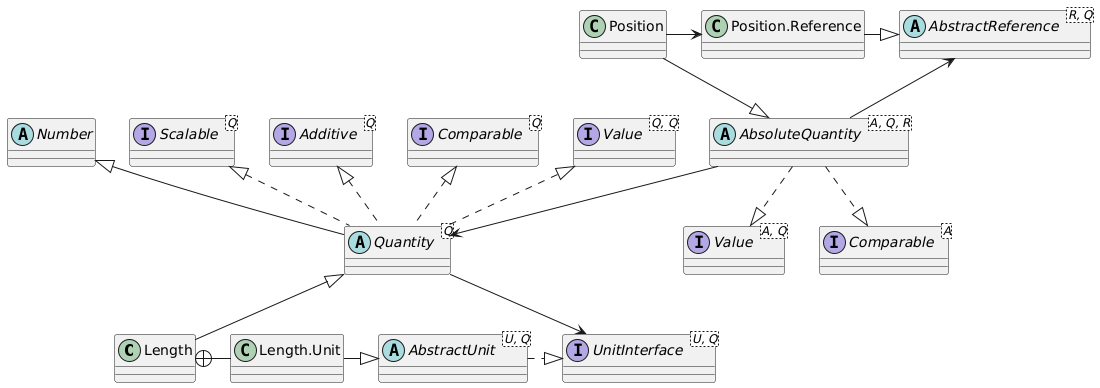
Above: docs/images/absolute-quantity.png in averbraeck/djunits (PlantUML), before the change.
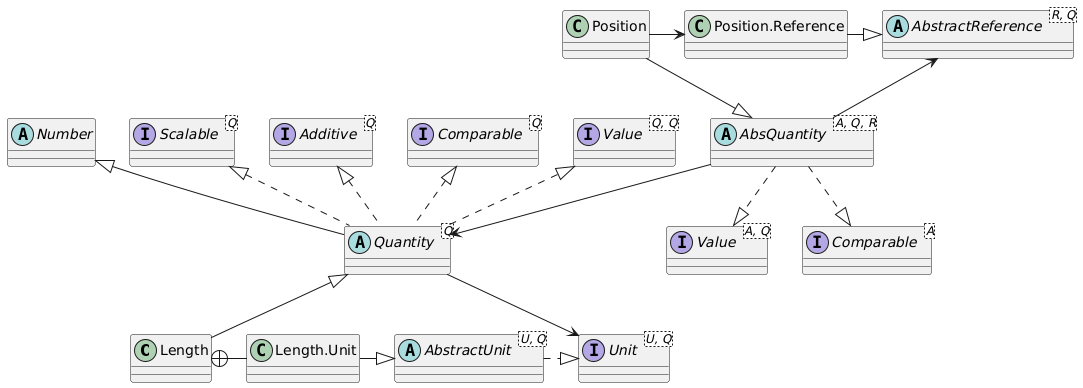
The same diagram one commit later.

Commit message:
Issue #137. Adapt documentation and UML diagrams

What changed in the source:
```diff
@@ -2,12 +2,12 @@
 class Length
 class "Length.Unit" as LengthUnit
 class Position
-abstract class AbsoluteQuantity<A, Q, R>
+abstract class AbsQuantity<A, Q, R>
 abstract class AbstractReference<R, Q>
 class "Position.Reference" as PositionReference
 abstract class Quantity<Q>
 abstract class AbstractUnit<U, Q>
-interface UnitInterface<U, Q>
+interface Unit<U, Q>
 abstract class Number
 interface "Value<A, Q>" as ValueA
 interface "Value<Q, Q>" as ValueQ
@@ -22,20 +22,20 @@
 Quantity .u.|> Scalable
 Quantity -u-|> Number
 
-Quantity -r-> UnitInterface
-AbsoluteQuantity --> Quantity
+Quantity -r-> Unit
+AbsQuantity --> Quantity
 
-AbstractUnit .r.|> UnitInterface
+AbstractUnit .r.|> Unit
 
 LengthUnit -l-+ Length
 Length -u-|> Quantity
 LengthUnit -r-|> AbstractUnit
 
-AbsoluteQuantity .d.|> ValueA
-AbsoluteQuantity .d.|> ComparableA
-AbsoluteQuantity -u-> AbstractReference
+AbsQuantity .d.|> ValueA
+AbsQuantity .d.|> ComparableA
+AbsQuantity -u-> AbstractReference
 
-Position -d-|> AbsoluteQuantity
+Position -d-|> AbsQuantity
 Position -r-> PositionReference
 PositionReference -r-|> AbstractReference
 @enduml
```
